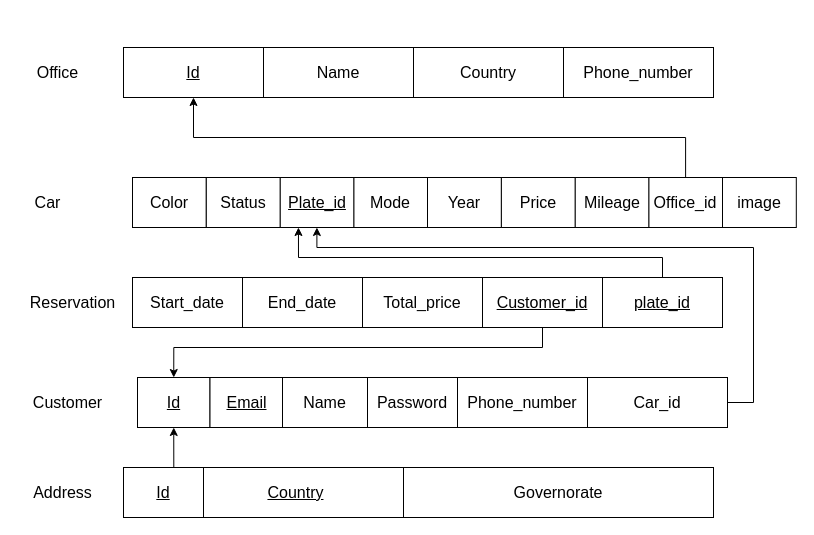
Before: diagrams/relitnal_schema.drawio in DiaaAhmedHassan/car_rental_database, a draw.io diagram. Source tidied: cells renumbered, new cells numbered last; positions are measured from the earlier drawing's top-left corner, leaving out a move shared by most shapes. Both pictures are drawn from the tidied source at 100%, with x=0, y=0 at pixel (17, 17).
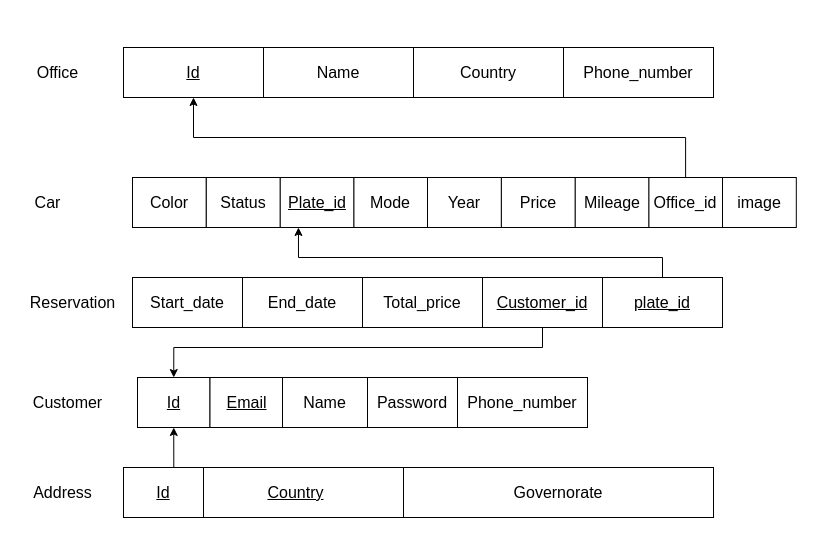
The same page after the edit.

Unchanged cells that the change refers to:
```xml
<mxCell id="6" style="group;" parent="1" vertex="1">
  <mxGeometry x="110" y="330" width="600" height="80" as="geometry" />
</mxCell>
<mxCell id="26" value="&lt;font style=&quot;font-size: 16px;&quot;&gt;&lt;u&gt;Plate_id&lt;/u&gt;&lt;/font&gt;" style="rounded=0;whiteSpace=wrap;html=1;" parent="19" vertex="1">
  <mxGeometry x="147.5" width="73.8" height="50" as="geometry" />
</mxCell>
```

Diff of the diagram source:
```diff
@@
-    <mxCell id="8" value="&lt;span style=&quot;font-size: 16px;&quot;&gt;Car_id&lt;/span&gt;" style="rounded=0;whiteSpace=wrap;html=1;" parent="6" vertex="1">
-      <mxGeometry x="460" y="30" width="140" height="50" as="geometry" />
-    </mxCell>
@@
-    <mxCell id="29" style="edgeStyle=orthogonalEdgeStyle;rounded=0;jettySize=auto;html=1;entryX=0.5;entryY=1;entryDx=0;entryDy=0;" parent="1" edge="1" source="8" target="26">
-      <mxGeometry relative="1" as="geometry">
-        <Array as="points">
-          <mxPoint x="736" y="385" />
-          <mxPoint x="736" y="230" />
-          <mxPoint x="299" y="230" />
-        </Array>
-      </mxGeometry>
-    </mxCell>
```
